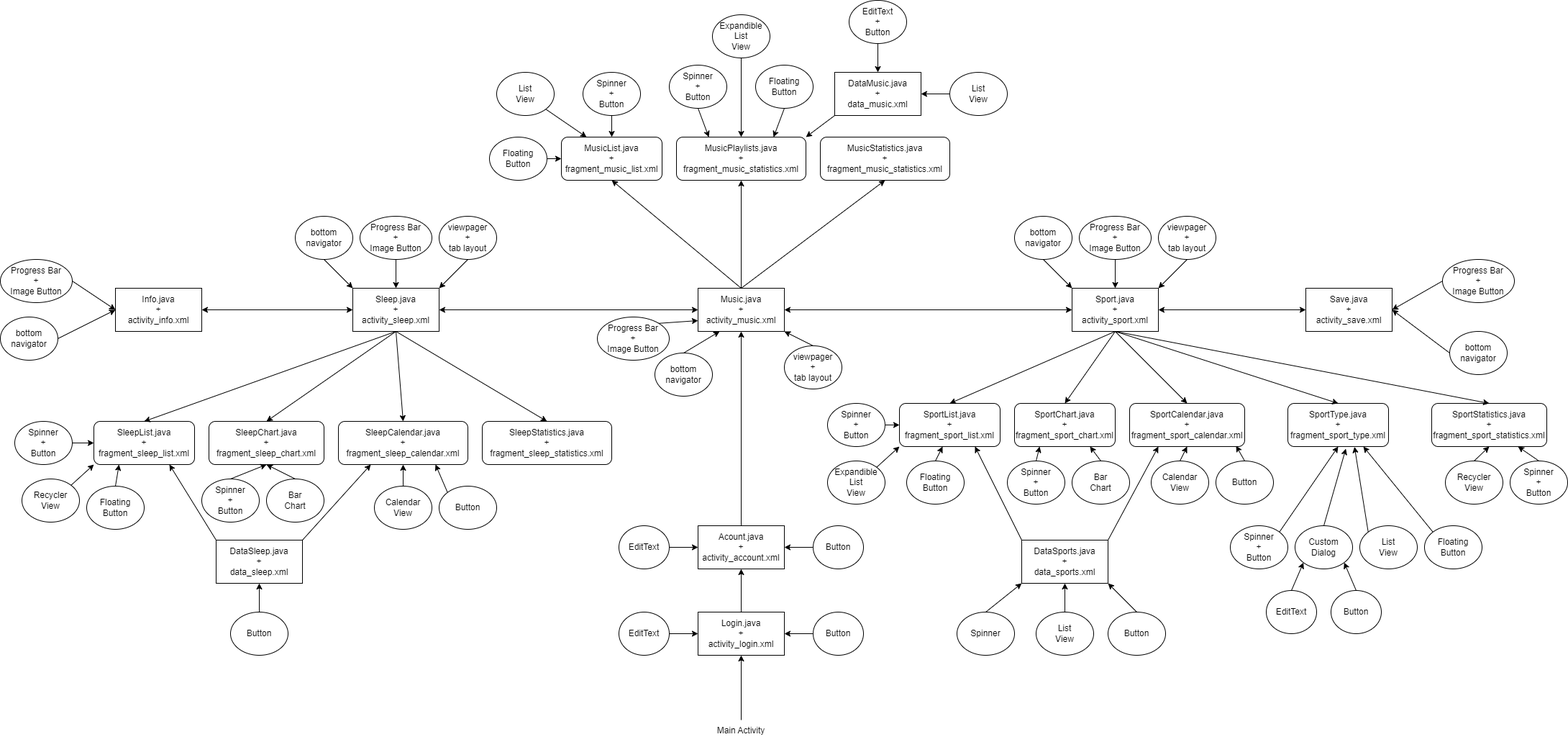
Above: project.drawio.png in TanFlamer/Android-Health-App (draw.io), before the change. Source tidied: cells renumbered, new cells last; positions are measured from the earlier drawing's top-left corner, leaving out a move shared by most shapes.
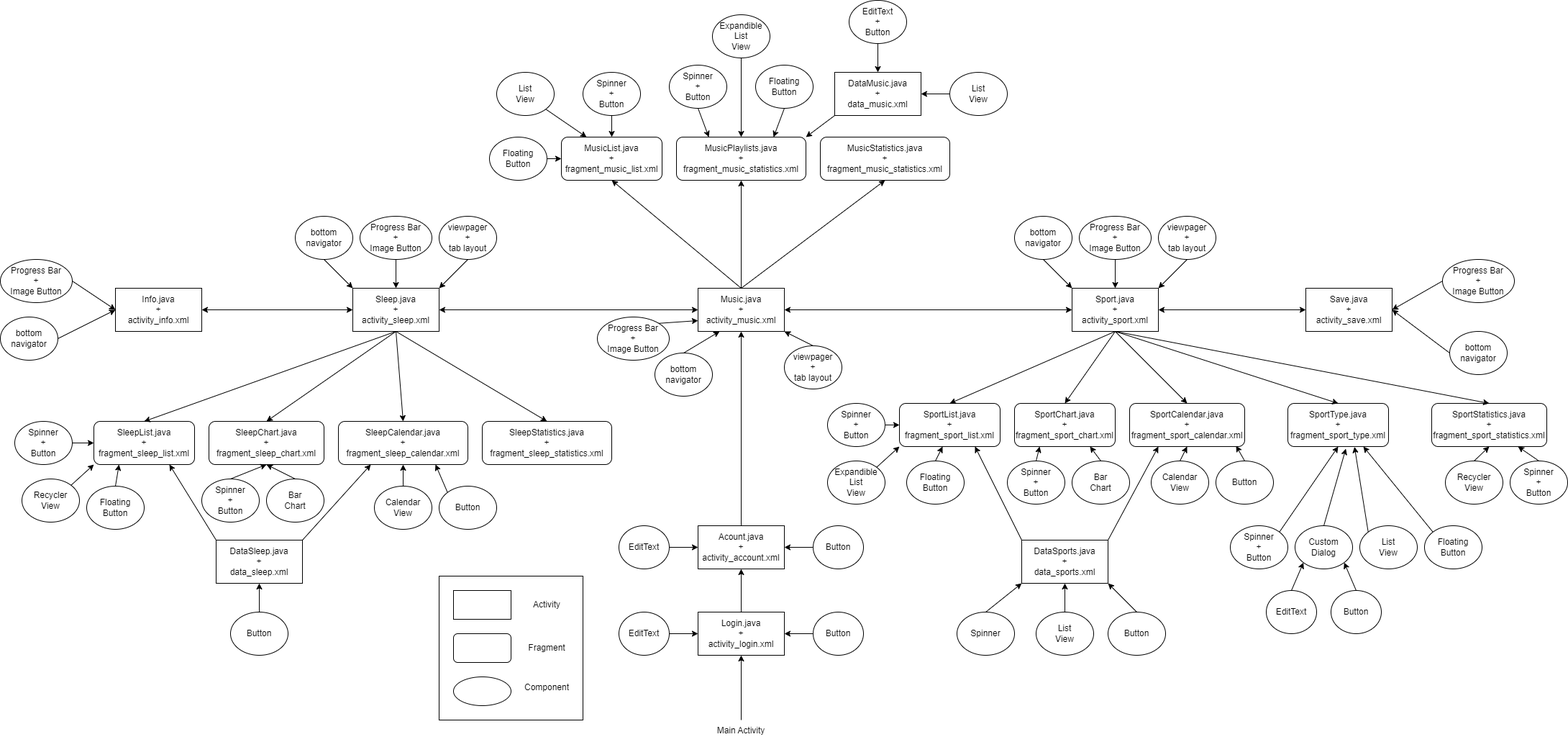
After the commit.

What changed in the source:
```diff
@@ -2,6 +2,9 @@
   <root>
     <mxCell id="0" />
     <mxCell id="1" parent="0" />
+    <mxCell id="151" style="rounded=0;whiteSpace=wrap;html=1;" parent="1" vertex="1">
+      <mxGeometry x="610" y="800" width="200" height="200" as="geometry" />
+    </mxCell>
     <mxCell id="2" value="Login.java&lt;br&gt;+&lt;br&gt;activity_login.xml" style="rounded=0;whiteSpace=wrap;html=1;" parent="1" vertex="1">
       <mxGeometry x="970" y="850" width="120" height="60" as="geometry" />
     </mxCell>
@@ -453,5 +456,23 @@
     <mxCell id="150" style="endArrow=classic;html=1;rounded=0;exitX=0.5;exitY=0;exitDx=0;exitDy=0;entryX=0.5;entryY=1;entryDx=0;entryDy=0;" parent="1" edge="1" source="149" target="2">
       <mxGeometry relative="1" as="geometry" />
     </mxCell>
+    <mxCell id="152" style="rounded=0;whiteSpace=wrap;html=1;" parent="1" vertex="1">
+      <mxGeometry x="630" y="820" width="80" height="40" as="geometry" />
+    </mxCell>
+    <mxCell id="153" style="rounded=1;whiteSpace=wrap;html=1;" parent="1" vertex="1">
+      <mxGeometry x="630" y="880" width="80" height="40" as="geometry" />
+    </mxCell>
+    <mxCell id="154" style="ellipse;whiteSpace=wrap;html=1;" parent="1" vertex="1">
+      <mxGeometry x="630" y="940" width="80" height="40" as="geometry" />
+    </mxCell>
+    <mxCell id="155" value="Activity" style="text;html=1;strokeColor=none;fillColor=none;align=center;verticalAlign=middle;whiteSpace=wrap;rounded=0;" parent="1" vertex="1">
+      <mxGeometry x="730" y="825" width="60" height="30" as="geometry" />
+    </mxCell>
+    <mxCell id="156" value="Fragment" style="text;html=1;strokeColor=none;fillColor=none;align=center;verticalAlign=middle;whiteSpace=wrap;rounded=0;" parent="1" vertex="1">
+      <mxGeometry x="730" y="885" width="60" height="30" as="geometry" />
+    </mxCell>
+    <mxCell id="157" value="Component" style="text;html=1;strokeColor=none;fillColor=none;align=center;verticalAlign=middle;whiteSpace=wrap;rounded=0;" parent="1" vertex="1">
+      <mxGeometry x="730" y="940" width="60" height="30" as="geometry" />
+    </mxCell>
   </root>
 </mxGraphModel>
```
